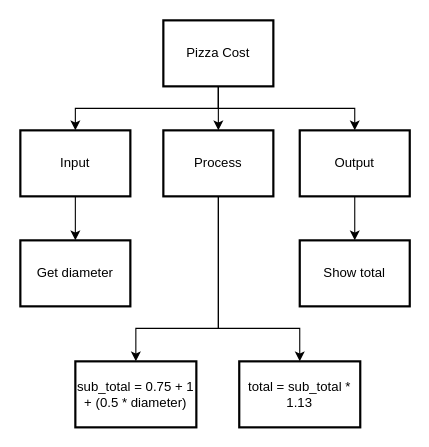
Above: drawio/topDownDesign/topDownDesign.drawio in Aidan-Lalonde-Novales/ICS3U-Python-Template (draw.io), before the change. Source tidied: cells renumbered, new cells numbered last; positions are measured from the earlier drawing's top-left corner, leaving out a move shared by most shapes. Both pictures are drawn from the tidied source at 110%, with x=0, y=0 at pixel (20, 20).
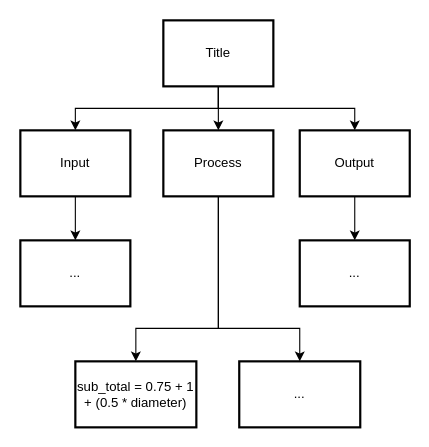
Above is the later version.

The edit, as a diff of the source:
```diff
@@
-    <mxCell id="8" value="Pizza Cost" style="rounded=0;whiteSpace=wrap;html=1;absoluteArcSize=1;arcSize=14;strokeWidth=2;" parent="1" vertex="1">
+    <mxCell id="8" value="Title" style="rounded=0;whiteSpace=wrap;html=1;absoluteArcSize=1;arcSize=14;strokeWidth=2;" parent="1" vertex="1">
       <mxGeometry x="130" width="100" height="60" as="geometry" />
     </mxCell>
@@
-    <mxCell id="13" value="Get diameter" style="rounded=0;whiteSpace=wrap;html=1;absoluteArcSize=1;arcSize=14;strokeWidth=2;" parent="1" vertex="1">
+    <mxCell id="13" value="..." style="rounded=0;whiteSpace=wrap;html=1;absoluteArcSize=1;arcSize=14;strokeWidth=2;" parent="1" vertex="1">
       <mxGeometry y="200" width="100" height="60" as="geometry" />
     </mxCell>
-    <mxCell id="14" value="Show total" style="rounded=0;whiteSpace=wrap;html=1;absoluteArcSize=1;arcSize=14;strokeWidth=2;" parent="1" vertex="1">
+    <mxCell id="14" value="..." style="rounded=0;whiteSpace=wrap;html=1;absoluteArcSize=1;arcSize=14;strokeWidth=2;" parent="1" vertex="1">
       <mxGeometry x="254" y="200" width="100" height="60" as="geometry" />
     </mxCell>
@@
-    <mxCell id="16" value="total = sub_total * 1.13" style="rounded=0;whiteSpace=wrap;html=1;absoluteArcSize=1;arcSize=14;strokeWidth=2;" parent="1" vertex="1">
+    <mxCell id="16" value="..." style="rounded=0;whiteSpace=wrap;html=1;absoluteArcSize=1;arcSize=14;strokeWidth=2;" parent="1" vertex="1">
       <mxGeometry x="199" y="310" width="110" height="60" as="geometry" />
     </mxCell>
```
